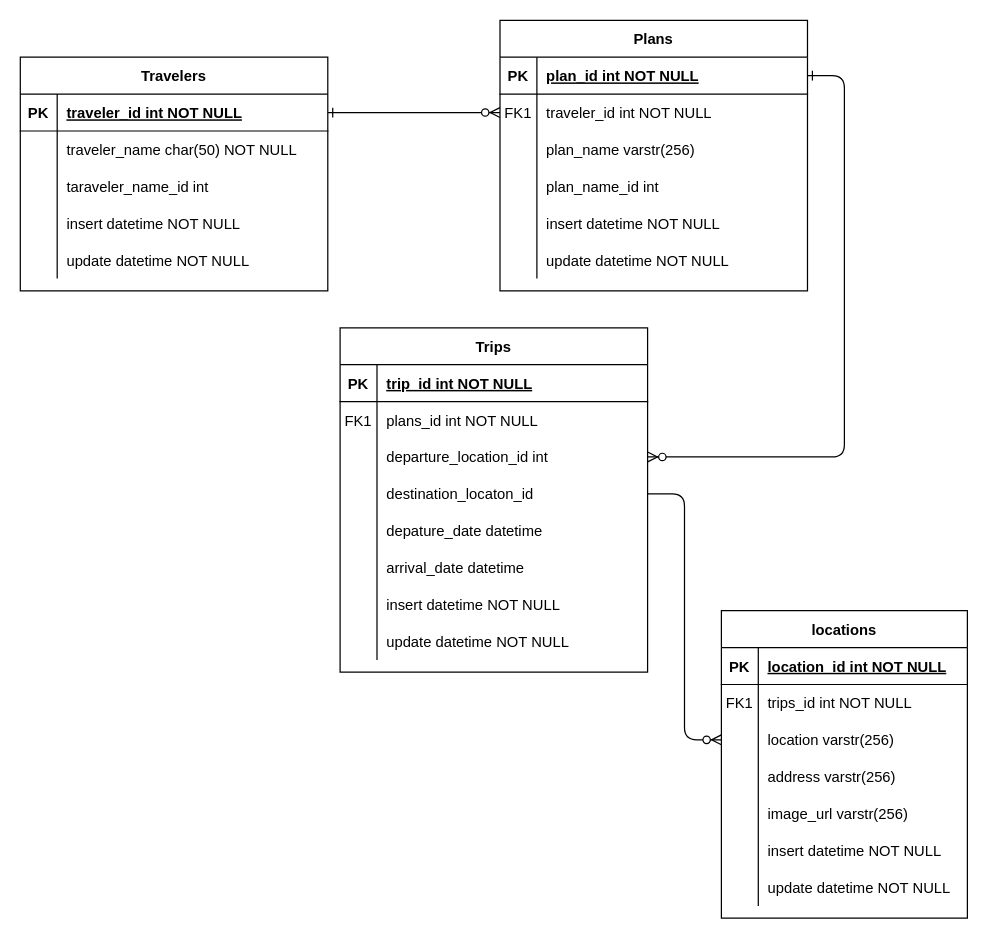
The draw.io diagram doc/ERDiagram.drawio in hudifu316/flaskapi, before the edit. Source tidied: cells renumbered, new cells numbered last; positions are measured from the earlier drawing's top-left corner, leaving out a move shared by most shapes. Both pictures are drawn from the tidied source at 123%, with x=0, y=0 at pixel (20, 20).
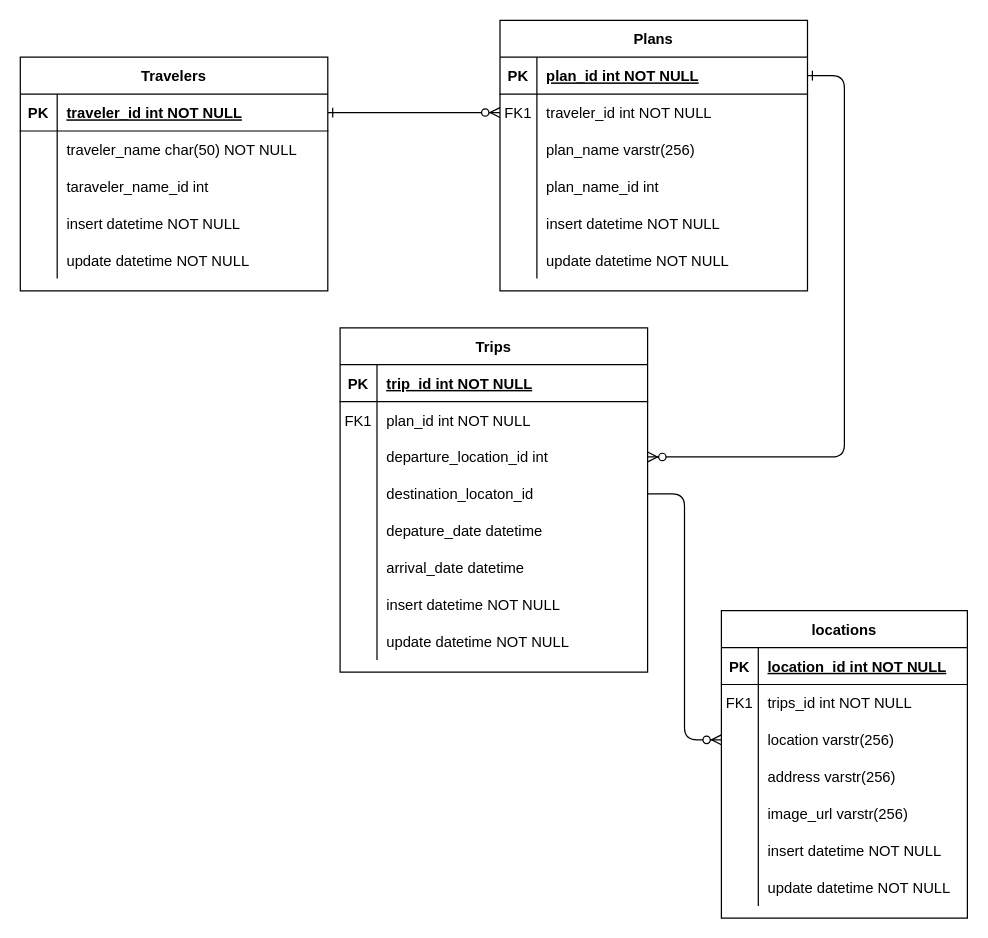
The same page after the edit.

The change refers to these unchanged cells:
```xml
<mxCell id="9" style="shape=partialRectangle;fillColor=none;top=0;left=0;right=0;bottom=0;" parent="5" vertex="1">
  <mxGeometry y="60" width="250" height="30" as="geometry" />
</mxCell>
```

Diff of the diagram source:
```diff
@@
-    <mxCell id="11" value="plans_id int NOT NULL" style="shape=partialRectangle;overflow=hidden;fillColor=none;top=0;left=0;bottom=0;right=0;align=left;spacingLeft=6;" parent="9" vertex="1">
+    <mxCell id="11" value="plan_id int NOT NULL" style="shape=partialRectangle;overflow=hidden;fillColor=none;top=0;left=0;bottom=0;right=0;align=left;spacingLeft=6;" parent="9" vertex="1">
       <mxGeometry x="30" width="220" height="30" as="geometry" />
     </mxCell>
```
